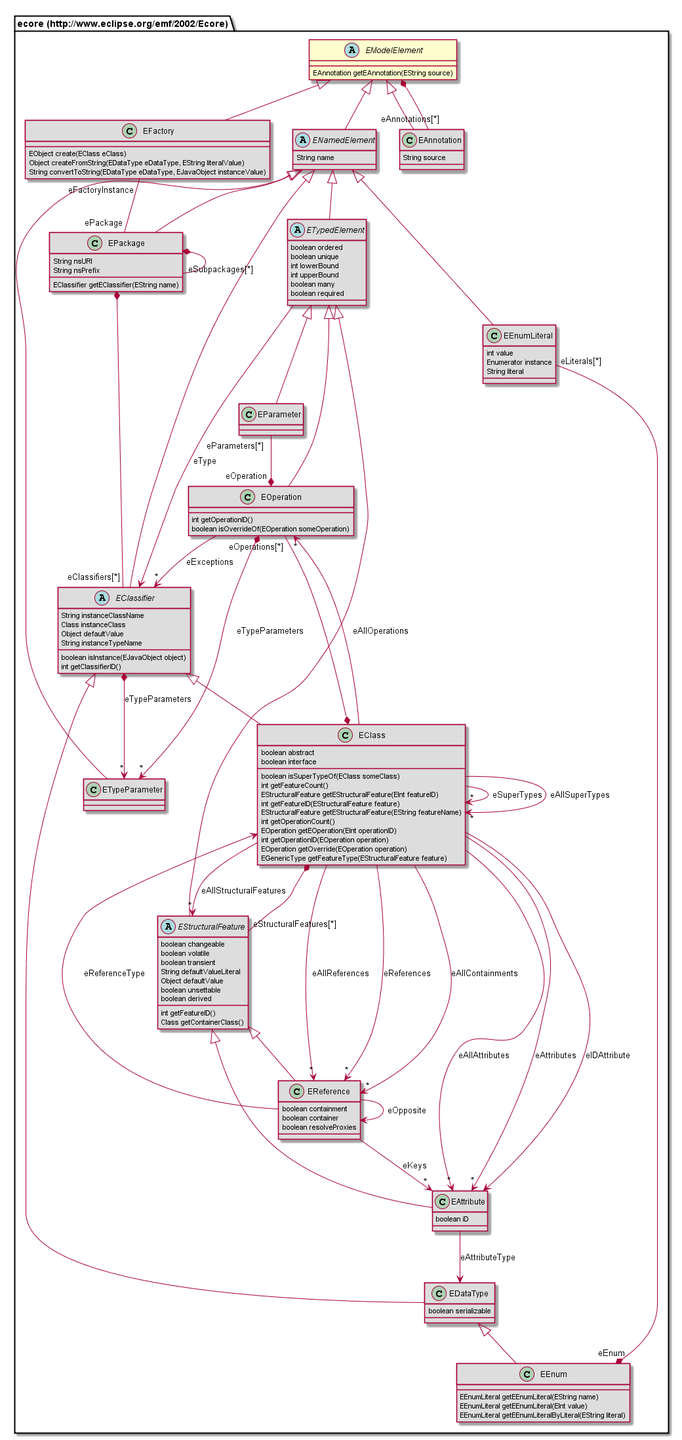
Before: org.nasdanika.codegen.editor/doc/model/687474703a2f2f7777772e65636c697073652e6f72672f656d662f323030322f45636f7265/EModelElement.png, a diagram exported from PlantUML (Nasdanika/codegen).
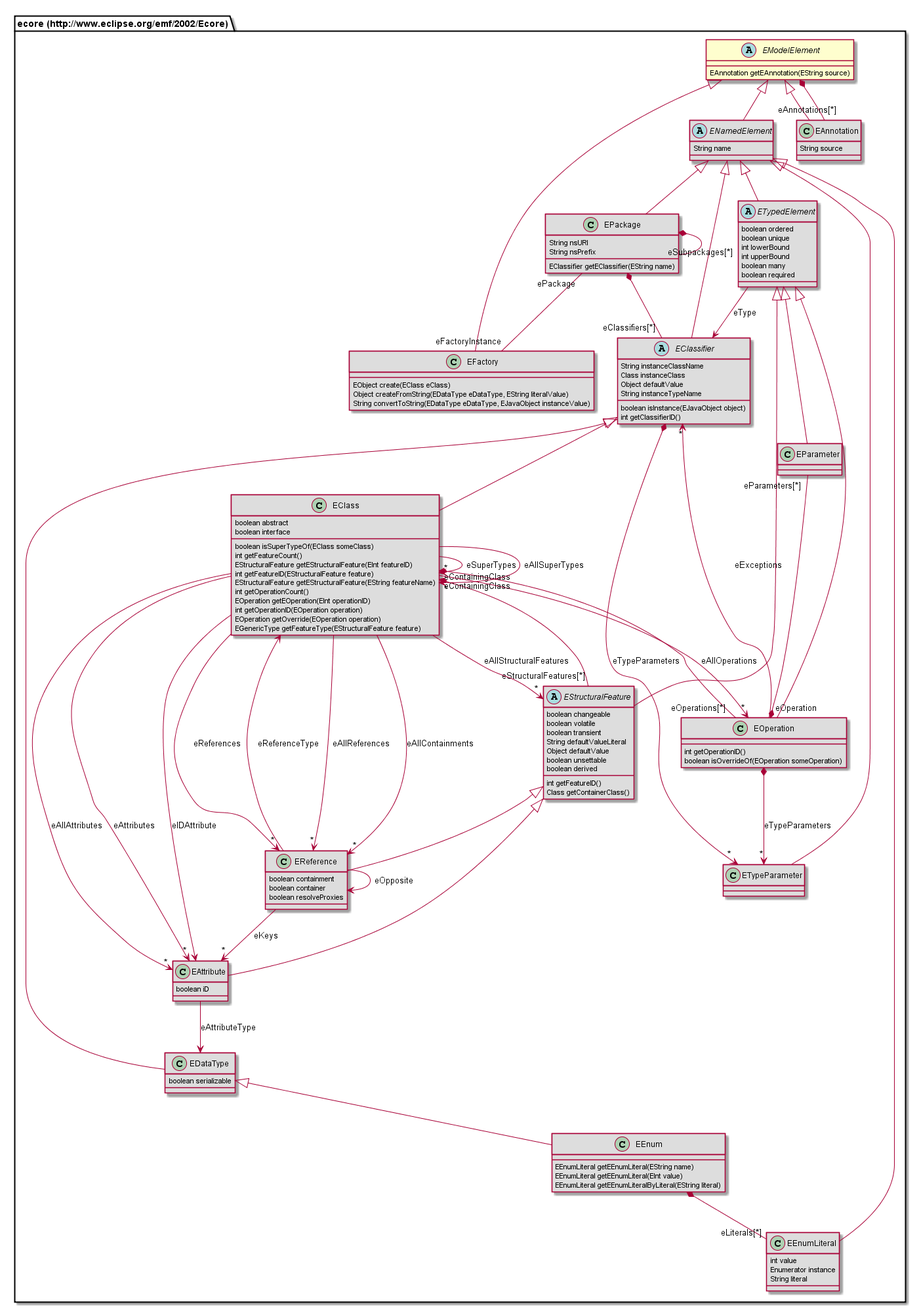
The same diagram one commit later.

What changed in the source:
```diff
@@ -1,6 +1,59 @@
 @startuml
 abstract class "ecore (http://www.eclipse.org/emf/2002/Ecore).EModelElement" {
 	EAnnotation getEAnnotation(EString source)
+}
+class "ecore (http://www.eclipse.org/emf/2002/Ecore).EParameter" #DDDDDD {
+}
+class "ecore (http://www.eclipse.org/emf/2002/Ecore).EOperation" #DDDDDD {
+	int getOperationID()
+	boolean isOverrideOf(EOperation someOperation)
+}
+class "ecore (http://www.eclipse.org/emf/2002/Ecore).EPackage" #DDDDDD {
+	String nsURI
+	String nsPrefix
+	EClassifier getEClassifier(EString name)
+}
+abstract class "ecore (http://www.eclipse.org/emf/2002/Ecore).ETypedElement" #DDDDDD {
+	boolean ordered
+	boolean unique
+	int lowerBound
+	int upperBound
+	boolean many
+	boolean required
+}
+class "ecore (http://www.eclipse.org/emf/2002/Ecore).EAttribute" #DDDDDD {
+	boolean iD
+}
+class "ecore (http://www.eclipse.org/emf/2002/Ecore).EReference" #DDDDDD {
+	boolean containment
+	boolean container
+	boolean resolveProxies
+}
+class "ecore (http://www.eclipse.org/emf/2002/Ecore).EEnum" #DDDDDD {
+	EEnumLiteral getEEnumLiteral(EString name)
+	EEnumLiteral getEEnumLiteral(EInt value)
+	EEnumLiteral getEEnumLiteralByLiteral(EString literal)
+}
+class "ecore (http://www.eclipse.org/emf/2002/Ecore).EFactory" #DDDDDD {
+	EObject create(EClass eClass)
+	Object createFromString(EDataType eDataType, EString literalValue)
+	String convertToString(EDataType eDataType, EJavaObject instanceValue)
+}
+abstract class "ecore (http://www.eclipse.org/emf/2002/Ecore).EStructuralFeature" #DDDDDD {
+	boolean changeable
+	boolean volatile
+	boolean transient
+	String defaultValueLiteral
+	Object defaultValue
+	boolean unsettable
+	boolean derived
+	int getFeatureID()
+	Class getContainerClass()
+}
+class "ecore (http://www.eclipse.org/emf/2002/Ecore).EDataType" #DDDDDD {
+	boolean serializable
+}
+class "ecore (http://www.eclipse.org/emf/2002/Ecore).ETypeParameter" #DDDDDD {
 }
 class "ecore (http://www.eclipse.org/emf/2002/Ecore).EClass" #DDDDDD {
 	boolean abstract
@@ -16,62 +69,8 @@
 	EOperation getOverride(EOperation operation)
 	EGenericType getFeatureType(EStructuralFeature feature)
 }
-class "ecore (http://www.eclipse.org/emf/2002/Ecore).EReference" #DDDDDD {
-	boolean containment
-	boolean container
-	boolean resolveProxies
-}
-class "ecore (http://www.eclipse.org/emf/2002/Ecore).EParameter" #DDDDDD {
-}
 abstract class "ecore (http://www.eclipse.org/emf/2002/Ecore).ENamedElement" #DDDDDD {
 	String name
-}
-abstract class "ecore (http://www.eclipse.org/emf/2002/Ecore).ETypedElement" #DDDDDD {
-	boolean ordered
-	boolean unique
-	int lowerBound
-	int upperBound
-	boolean many
-	boolean required
-}
-class "ecore (http://www.eclipse.org/emf/2002/Ecore).EEnumLiteral" #DDDDDD {
-	int value
-	Enumerator instance
-	String literal
-}
-class "ecore (http://www.eclipse.org/emf/2002/Ecore).EFactory" #DDDDDD {
-	EObject create(EClass eClass)
-	Object createFromString(EDataType eDataType, EString literalValue)
-	String convertToString(EDataType eDataType, EJavaObject instanceValue)
-}
-class "ecore (http://www.eclipse.org/emf/2002/Ecore).EDataType" #DDDDDD {
-	boolean serializable
-}
-class "ecore (http://www.eclipse.org/emf/2002/Ecore).EEnum" #DDDDDD {
-	EEnumLiteral getEEnumLiteral(EString name)
-	EEnumLiteral getEEnumLiteral(EInt value)
-	EEnumLiteral getEEnumLiteralByLiteral(EString literal)
-}
-class "ecore (http://www.eclipse.org/emf/2002/Ecore).EPackage" #DDDDDD {
-	String nsURI
-	String nsPrefix
-	EClassifier getEClassifier(EString name)
-}
-abstract class "ecore (http://www.eclipse.org/emf/2002/Ecore).EStructuralFeature" #DDDDDD {
-	boolean changeable
-	boolean volatile
-	boolean transient
-	String defaultValueLiteral
-	Object defaultValue
-	boolean unsettable
-	boolean derived
-	int getFeatureID()
-	Class getContainerClass()
-}
-class "ecore (http://www.eclipse.org/emf/2002/Ecore).ETypeParameter" #DDDDDD {
-}
-class "ecore (http://www.eclipse.org/emf/2002/Ecore).EAttribute" #DDDDDD {
-	boolean iD
 }
 abstract class "ecore (http://www.eclipse.org/emf/2002/Ecore).EClassifier" #DDDDDD {
 	String instanceClassName
@@ -81,31 +80,46 @@
 	boolean isInstance(EJavaObject object)
 	int getClassifierID()
 }
-class "ecore (http://www.eclipse.org/emf/2002/Ecore).EOperation" #DDDDDD {
-	int getOperationID()
-	boolean isOverrideOf(EOperation someOperation)
+class "ecore (http://www.eclipse.org/emf/2002/Ecore).EEnumLiteral" #DDDDDD {
+	int value
+	Enumerator instance
+	String literal
 }
 class "ecore (http://www.eclipse.org/emf/2002/Ecore).EAnnotation" #DDDDDD {
 	String source
 }
+"ecore (http://www.eclipse.org/emf/2002/Ecore).ETypedElement" <|-- "ecore (http://www.eclipse.org/emf/2002/Ecore).EParameter"
+"ecore (http://www.eclipse.org/emf/2002/Ecore).ETypedElement" <|-- "ecore (http://www.eclipse.org/emf/2002/Ecore).EOperation"
+"ecore (http://www.eclipse.org/emf/2002/Ecore).ENamedElement" <|-- "ecore (http://www.eclipse.org/emf/2002/Ecore).EPackage"
+"ecore (http://www.eclipse.org/emf/2002/Ecore).ENamedElement" <|-- "ecore (http://www.eclipse.org/emf/2002/Ecore).ETypedElement"
+"ecore (http://www.eclipse.org/emf/2002/Ecore).EStructuralFeature" <|-- "ecore (http://www.eclipse.org/emf/2002/Ecore).EAttribute"
+"ecore (http://www.eclipse.org/emf/2002/Ecore).EStructuralFeature" <|-- "ecore (http://www.eclipse.org/emf/2002/Ecore).EReference"
+"ecore (http://www.eclipse.org/emf/2002/Ecore).EDataType" <|-- "ecore (http://www.eclipse.org/emf/2002/Ecore).EEnum"
+"ecore (http://www.eclipse.org/emf/2002/Ecore).EModelElement" <|-- "ecore (http://www.eclipse.org/emf/2002/Ecore).EFactory"
+"ecore (http://www.eclipse.org/emf/2002/Ecore).ETypedElement" <|-- "ecore (http://www.eclipse.org/emf/2002/Ecore).EStructuralFeature"
+"ecore (http://www.eclipse.org/emf/2002/Ecore).EClassifier" <|-- "ecore (http://www.eclipse.org/emf/2002/Ecore).EDataType"
+"ecore (http://www.eclipse.org/emf/2002/Ecore).ENamedElement" <|-- "ecore (http://www.eclipse.org/emf/2002/Ecore).ETypeParameter"
 "ecore (http://www.eclipse.org/emf/2002/Ecore).EClassifier" <|-- "ecore (http://www.eclipse.org/emf/2002/Ecore).EClass"
-"ecore (http://www.eclipse.org/emf/2002/Ecore).EStructuralFeature" <|-- "ecore (http://www.eclipse.org/emf/2002/Ecore).EReference"
-"ecore (http://www.eclipse.org/emf/2002/Ecore).ETypedElement" <|-- "ecore (http://www.eclipse.org/emf/2002/Ecore).EParameter"
 "ecore (http://www.eclipse.org/emf/2002/Ecore).EModelElement" <|-- "ecore (http://www.eclipse.org/emf/2002/Ecore).ENamedElement"
-"ecore (http://www.eclipse.org/emf/2002/Ecore).ENamedElement" <|-- "ecore (http://www.eclipse.org/emf/2002/Ecore).ETypedElement"
+"ecore (http://www.eclipse.org/emf/2002/Ecore).ENamedElement" <|-- "ecore (http://www.eclipse.org/emf/2002/Ecore).EClassifier"
 "ecore (http://www.eclipse.org/emf/2002/Ecore).ENamedElement" <|-- "ecore (http://www.eclipse.org/emf/2002/Ecore).EEnumLiteral"
-"ecore (http://www.eclipse.org/emf/2002/Ecore).EModelElement" <|-- "ecore (http://www.eclipse.org/emf/2002/Ecore).EFactory"
-"ecore (http://www.eclipse.org/emf/2002/Ecore).EClassifier" <|-- "ecore (http://www.eclipse.org/emf/2002/Ecore).EDataType"
-"ecore (http://www.eclipse.org/emf/2002/Ecore).EDataType" <|-- "ecore (http://www.eclipse.org/emf/2002/Ecore).EEnum"
-"ecore (http://www.eclipse.org/emf/2002/Ecore).ENamedElement" <|-- "ecore (http://www.eclipse.org/emf/2002/Ecore).EPackage"
-"ecore (http://www.eclipse.org/emf/2002/Ecore).ETypedElement" <|-- "ecore (http://www.eclipse.org/emf/2002/Ecore).EStructuralFeature"
-"ecore (http://www.eclipse.org/emf/2002/Ecore).ENamedElement" <|-- "ecore (http://www.eclipse.org/emf/2002/Ecore).ETypeParameter"
-"ecore (http://www.eclipse.org/emf/2002/Ecore).EStructuralFeature" <|-- "ecore (http://www.eclipse.org/emf/2002/Ecore).EAttribute"
-"ecore (http://www.eclipse.org/emf/2002/Ecore).ENamedElement" <|-- "ecore (http://www.eclipse.org/emf/2002/Ecore).EClassifier"
-"ecore (http://www.eclipse.org/emf/2002/Ecore).ETypedElement" <|-- "ecore (http://www.eclipse.org/emf/2002/Ecore).EOperation"
 "ecore (http://www.eclipse.org/emf/2002/Ecore).EModelElement" <|-- "ecore (http://www.eclipse.org/emf/2002/Ecore).EAnnotation"
+"ecore (http://www.eclipse.org/emf/2002/Ecore).EParameter" "eParameters[*]" --* "eOperation" "ecore (http://www.eclipse.org/emf/2002/Ecore).EOperation"
+"ecore (http://www.eclipse.org/emf/2002/Ecore).EOperation" "eOperations[*]" --* "eContainingClass" "ecore (http://www.eclipse.org/emf/2002/Ecore).EClass"
+"ecore (http://www.eclipse.org/emf/2002/Ecore).EOperation" *--> "*" "ecore (http://www.eclipse.org/emf/2002/Ecore).ETypeParameter" : eTypeParameters
+"ecore (http://www.eclipse.org/emf/2002/Ecore).EOperation" --> "*" "ecore (http://www.eclipse.org/emf/2002/Ecore).EClassifier" : eExceptions
+"ecore (http://www.eclipse.org/emf/2002/Ecore).EPackage" "ePackage" -- "eFactoryInstance" "ecore (http://www.eclipse.org/emf/2002/Ecore).EFactory"
+"ecore (http://www.eclipse.org/emf/2002/Ecore).EPackage" *-- "eClassifiers[*]" "ecore (http://www.eclipse.org/emf/2002/Ecore).EClassifier"
+"ecore (http://www.eclipse.org/emf/2002/Ecore).EPackage" *-- "eSubpackages[*]" "ecore (http://www.eclipse.org/emf/2002/Ecore).EPackage"
+"ecore (http://www.eclipse.org/emf/2002/Ecore).ETypedElement" --> "ecore (http://www.eclipse.org/emf/2002/Ecore).EClassifier" : eType
+"ecore (http://www.eclipse.org/emf/2002/Ecore).EAttribute" --> "ecore (http://www.eclipse.org/emf/2002/Ecore).EDataType" : eAttributeType
+"ecore (http://www.eclipse.org/emf/2002/Ecore).EReference" --> "ecore (http://www.eclipse.org/emf/2002/Ecore).EReference" : eOpposite
+"ecore (http://www.eclipse.org/emf/2002/Ecore).EReference" --> "ecore (http://www.eclipse.org/emf/2002/Ecore).EClass" : eReferenceType
+"ecore (http://www.eclipse.org/emf/2002/Ecore).EReference" --> "*" "ecore (http://www.eclipse.org/emf/2002/Ecore).EAttribute" : eKeys
+"ecore (http://www.eclipse.org/emf/2002/Ecore).EEnum" *-- "eLiterals[*]" "ecore (http://www.eclipse.org/emf/2002/Ecore).EEnumLiteral"
+"ecore (http://www.eclipse.org/emf/2002/Ecore).EStructuralFeature" "eStructuralFeatures[*]" --* "eContainingClass" "ecore (http://www.eclipse.org/emf/2002/Ecore).EClass"
+"ecore (http://www.eclipse.org/emf/2002/Ecore).EModelElement" *-- "eAnnotations[*]" "ecore (http://www.eclipse.org/emf/2002/Ecore).EAnnotation"
 "ecore (http://www.eclipse.org/emf/2002/Ecore).EClass" --> "*" "ecore (http://www.eclipse.org/emf/2002/Ecore).EClass" : eSuperTypes
-"ecore (http://www.eclipse.org/emf/2002/Ecore).EClass" *-- "eOperations[*]" "ecore (http://www.eclipse.org/emf/2002/Ecore).EOperation"
 "ecore (http://www.eclipse.org/emf/2002/Ecore).EClass" --> "*" "ecore (http://www.eclipse.org/emf/2002/Ecore).EAttribute" : eAllAttributes
 "ecore (http://www.eclipse.org/emf/2002/Ecore).EClass" --> "*" "ecore (http://www.eclipse.org/emf/2002/Ecore).EReference" : eAllReferences
 "ecore (http://www.eclipse.org/emf/2002/Ecore).EClass" --> "*" "ecore (http://www.eclipse.org/emf/2002/Ecore).EReference" : eReferences
@@ -115,19 +129,5 @@
 "ecore (http://www.eclipse.org/emf/2002/Ecore).EClass" --> "*" "ecore (http://www.eclipse.org/emf/2002/Ecore).EStructuralFeature" : eAllStructuralFeatures
 "ecore (http://www.eclipse.org/emf/2002/Ecore).EClass" --> "*" "ecore (http://www.eclipse.org/emf/2002/Ecore).EClass" : eAllSuperTypes
 "ecore (http://www.eclipse.org/emf/2002/Ecore).EClass" --> "ecore (http://www.eclipse.org/emf/2002/Ecore).EAttribute" : eIDAttribute
-"ecore (http://www.eclipse.org/emf/2002/Ecore).EClass" *-- "eStructuralFeatures[*]" "ecore (http://www.eclipse.org/emf/2002/Ecore).EStructuralFeature"
-"ecore (http://www.eclipse.org/emf/2002/Ecore).EReference" --> "ecore (http://www.eclipse.org/emf/2002/Ecore).EReference" : eOpposite
-"ecore (http://www.eclipse.org/emf/2002/Ecore).EReference" --> "ecore (http://www.eclipse.org/emf/2002/Ecore).EClass" : eReferenceType
-"ecore (http://www.eclipse.org/emf/2002/Ecore).EReference" --> "*" "ecore (http://www.eclipse.org/emf/2002/Ecore).EAttribute" : eKeys
-"ecore (http://www.eclipse.org/emf/2002/Ecore).EParameter" "eParameters[*]" --* "eOperation" "ecore (http://www.eclipse.org/emf/2002/Ecore).EOperation"
-"ecore (http://www.eclipse.org/emf/2002/Ecore).ETypedElement" --> "ecore (http://www.eclipse.org/emf/2002/Ecore).EClassifier" : eType
-"ecore (http://www.eclipse.org/emf/2002/Ecore).EEnumLiteral" "eLiterals[*]" --* "eEnum" "ecore (http://www.eclipse.org/emf/2002/Ecore).EEnum"
-"ecore (http://www.eclipse.org/emf/2002/Ecore).EFactory" "eFactoryInstance" -- "ePackage" "ecore (http://www.eclipse.org/emf/2002/Ecore).EPackage"
-"ecore (http://www.eclipse.org/emf/2002/Ecore).EPackage" *-- "eClassifiers[*]" "ecore (http://www.eclipse.org/emf/2002/Ecore).EClassifier"
-"ecore (http://www.eclipse.org/emf/2002/Ecore).EPackage" *-- "eSubpackages[*]" "ecore (http://www.eclipse.org/emf/2002/Ecore).EPackage"
-"ecore (http://www.eclipse.org/emf/2002/Ecore).EModelElement" *-- "eAnnotations[*]" "ecore (http://www.eclipse.org/emf/2002/Ecore).EAnnotation"
-"ecore (http://www.eclipse.org/emf/2002/Ecore).EAttribute" --> "ecore (http://www.eclipse.org/emf/2002/Ecore).EDataType" : eAttributeType
 "ecore (http://www.eclipse.org/emf/2002/Ecore).EClassifier" *--> "*" "ecore (http://www.eclipse.org/emf/2002/Ecore).ETypeParameter" : eTypeParameters
-"ecore (http://www.eclipse.org/emf/2002/Ecore).EOperation" *--> "*" "ecore (http://www.eclipse.org/emf/2002/Ecore).ETypeParameter" : eTypeParameters
-"ecore (http://www.eclipse.org/emf/2002/Ecore).EOperation" --> "*" "ecore (http://www.eclipse.org/emf/2002/Ecore).EClassifier" : eExceptions
 @enduml
```
